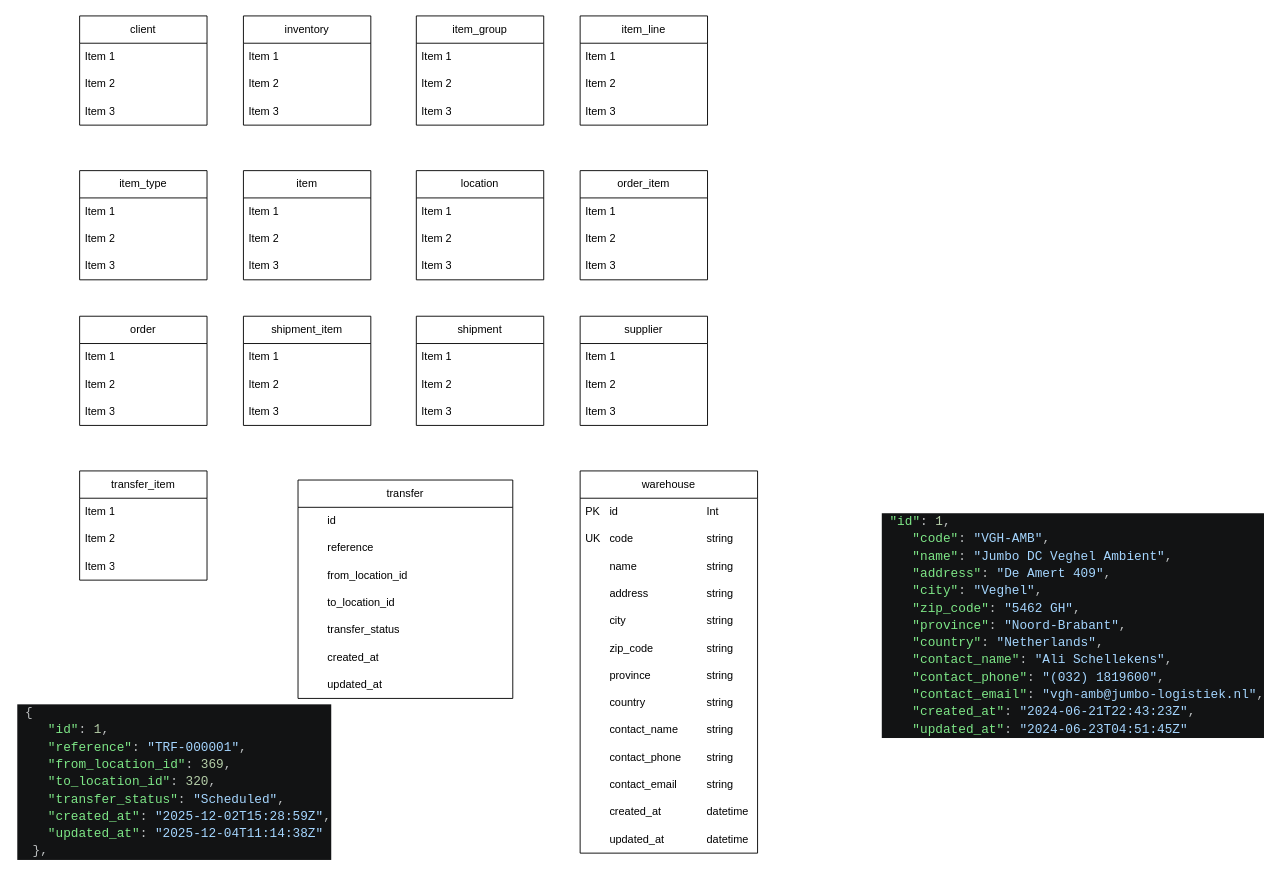
Before: help.drawio in lennardje21/INF2C-Team-5, a draw.io diagram. Source tidied: cells renumbered, new cells numbered last; positions are measured from the earlier drawing's top-left corner, leaving out a move shared by most shapes. Both pictures are drawn from the tidied source at 91%, with x=0, y=0 at pixel (15, 15).
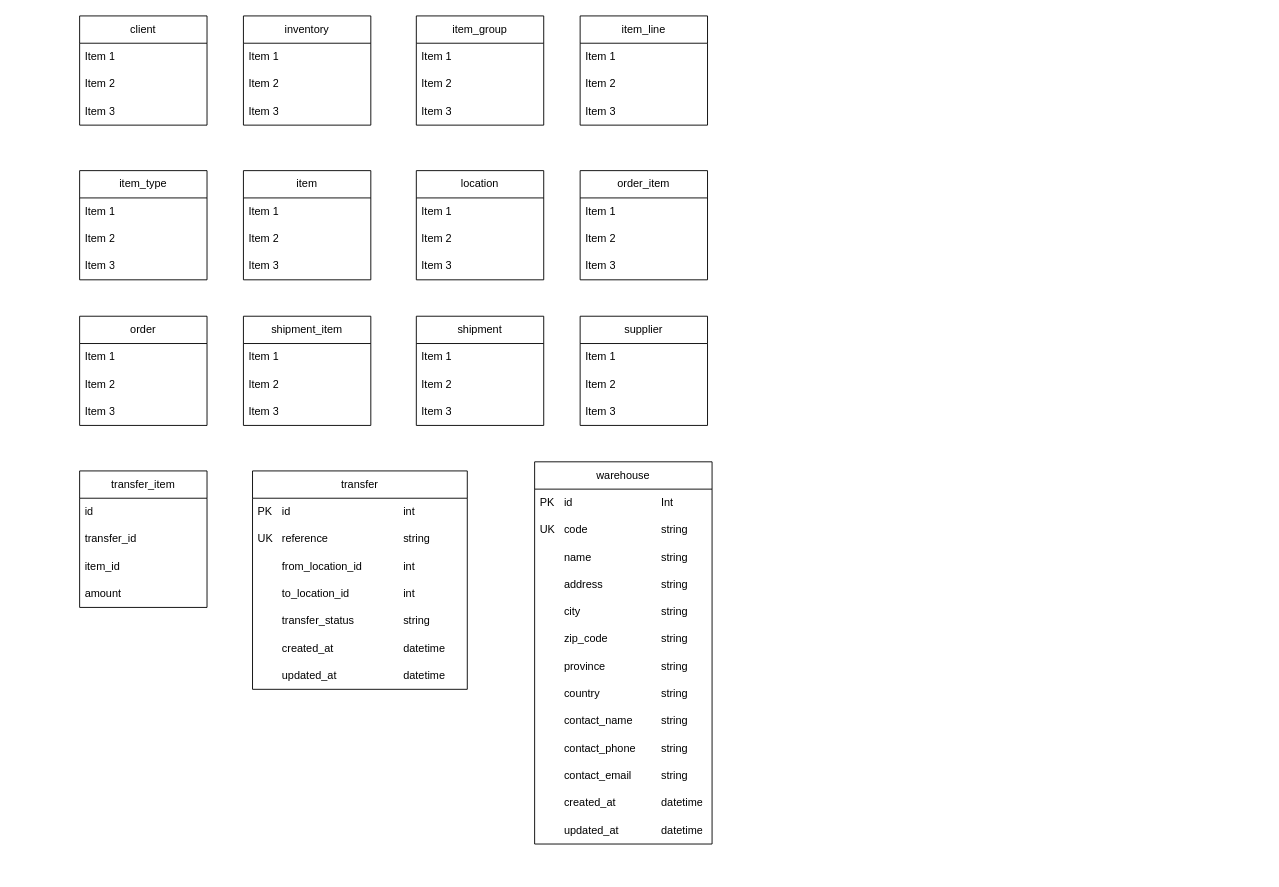
After the change.

Commit message:
Update help ER diagram fields

Refines the help.drawio database diagram by renaming and adding transfer_item fields, updating transfer field labels/types, and removing the stale embedded example block.

The edit, as a diff of the source:
```diff
@@
     <mxCell id="50" value="transfer_item" style="swimlane;fontStyle=0;horizontal=1;startSize=30;whiteSpace=wrap;html=1;" parent="1" vertex="1">
-      <mxGeometry x="70" y="500" width="140" height="120" as="geometry" />
+      <mxGeometry x="70" y="500" width="140" height="150" as="geometry" />
     </mxCell>
-    <mxCell id="51" value="Item 1" style="text;strokeColor=none;fillColor=none;align=left;verticalAlign=middle;spacingLeft=4;spacingRight=4;overflow=hidden;whiteSpace=wrap;html=1;" parent="50" vertex="1">
+    <mxCell id="51" value="id" style="text;strokeColor=none;fillColor=none;align=left;verticalAlign=middle;spacingLeft=4;spacingRight=4;overflow=hidden;whiteSpace=wrap;html=1;" parent="50" vertex="1">
       <mxGeometry y="30" width="140" height="30" as="geometry" />
     </mxCell>
-    <mxCell id="52" value="Item 2" style="text;strokeColor=none;fillColor=none;align=left;verticalAlign=middle;spacingLeft=4;spacingRight=4;overflow=hidden;whiteSpace=wrap;html=1;" parent="50" vertex="1">
+    <mxCell id="52" value="transfer_id" style="text;strokeColor=none;fillColor=none;align=left;verticalAlign=middle;spacingLeft=4;spacingRight=4;overflow=hidden;whiteSpace=wrap;html=1;" parent="50" vertex="1">
       <mxGeometry y="60" width="140" height="30" as="geometry" />
     </mxCell>
-    <mxCell id="53" value="Item 3" style="text;strokeColor=none;fillColor=none;align=left;verticalAlign=middle;spacingLeft=4;spacingRight=4;overflow=hidden;whiteSpace=wrap;html=1;" parent="50" vertex="1">
+    <mxCell id="53" value="item_id" style="text;strokeColor=none;fillColor=none;align=left;verticalAlign=middle;spacingLeft=4;spacingRight=4;overflow=hidden;whiteSpace=wrap;html=1;" parent="50" vertex="1">
       <mxGeometry y="90" width="140" height="30" as="geometry" />
     </mxCell>
+    <mxCell id="78" value="amount" style="text;strokeColor=none;fillColor=none;align=left;verticalAlign=middle;spacingLeft=4;spacingRight=4;overflow=hidden;whiteSpace=wrap;html=1;" parent="50" vertex="1">
+      <mxGeometry y="120" width="140" height="30" as="geometry" />
+    </mxCell>
     <mxCell id="54" value="transfer" style="swimlane;fontStyle=0;horizontal=1;startSize=30;whiteSpace=wrap;html=1;" parent="1" vertex="1">
-      <mxGeometry x="310" y="510" width="236" height="240" as="geometry" />
+      <mxGeometry x="260" y="500" width="236" height="240" as="geometry" />
     </mxCell>
-    <mxCell id="55" value="&lt;span style=&quot;white-space: pre;&quot;&gt;&#9;&lt;/span&gt;id" style="text;strokeColor=none;fillColor=none;align=left;verticalAlign=middle;spacingLeft=4;spacingRight=4;overflow=hidden;whiteSpace=wrap;html=1;" parent="54" vertex="1">
+    <mxCell id="55" value="PK&lt;span style=&quot;white-space: pre;&quot;&gt;&#9;&lt;/span&gt;id&lt;span style=&quot;white-space: pre;&quot;&gt;&#9;&lt;/span&gt;&lt;span style=&quot;white-space: pre;&quot;&gt;&#9;&lt;/span&gt;&lt;span style=&quot;white-space: pre;&quot;&gt;&#9;&lt;/span&gt;&lt;span style=&quot;white-space: pre;&quot;&gt;&#9;&lt;/span&gt;&lt;span style=&quot;white-space: pre;&quot;&gt;&#9;&lt;/span&gt;int" style="text;strokeColor=none;fillColor=none;align=left;verticalAlign=middle;spacingLeft=4;spacingRight=4;overflow=hidden;whiteSpace=wrap;html=1;" parent="54" vertex="1">
       <mxGeometry y="30" width="236" height="30" as="geometry" />
     </mxCell>
-    <mxCell id="56" value="&lt;span style=&quot;white-space: pre;&quot;&gt;&#9;&lt;/span&gt;reference" style="text;strokeColor=none;fillColor=none;align=left;verticalAlign=middle;spacingLeft=4;spacingRight=4;overflow=hidden;whiteSpace=wrap;html=1;" parent="54" vertex="1">
+    <mxCell id="56" value="UK&lt;span style=&quot;white-space: pre;&quot;&gt;&#9;&lt;/span&gt;reference&lt;span style=&quot;white-space: pre;&quot;&gt;&#9;&lt;/span&gt;&lt;span style=&quot;white-space: pre;&quot;&gt;&#9;&lt;/span&gt;&lt;span style=&quot;white-space: pre;&quot;&gt;&#9;&lt;/span&gt;&lt;span style=&quot;white-space: pre;&quot;&gt;&#9;&lt;/span&gt;string" style="text;strokeColor=none;fillColor=none;align=left;verticalAlign=middle;spacingLeft=4;spacingRight=4;overflow=hidden;whiteSpace=wrap;html=1;" parent="54" vertex="1">
       <mxGeometry y="60" width="236" height="30" as="geometry" />
     </mxCell>
-    <mxCell id="57" value="&lt;span style=&quot;white-space: pre;&quot;&gt;&#9;&lt;/span&gt;from_location_id" style="text;strokeColor=none;fillColor=none;align=left;verticalAlign=middle;spacingLeft=4;spacingRight=4;overflow=hidden;whiteSpace=wrap;html=1;" parent="54" vertex="1">
+    <mxCell id="57" value="&lt;span style=&quot;white-space: pre;&quot;&gt;&#9;&lt;/span&gt;from_location_id&lt;span style=&quot;white-space: pre;&quot;&gt;&#9;&lt;/span&gt;&lt;span style=&quot;white-space: pre;&quot;&gt;&#9;&lt;/span&gt;int" style="text;strokeColor=none;fillColor=none;align=left;verticalAlign=middle;spacingLeft=4;spacingRight=4;overflow=hidden;whiteSpace=wrap;html=1;" parent="54" vertex="1">
       <mxGeometry y="90" width="236" height="30" as="geometry" />
     </mxCell>
-    <mxCell id="58" value="&lt;span style=&quot;white-space: pre;&quot;&gt;&#9;&lt;/span&gt;to_location_id" style="text;strokeColor=none;fillColor=none;align=left;verticalAlign=middle;spacingLeft=4;spacingRight=4;overflow=hidden;whiteSpace=wrap;html=1;" parent="54" vertex="1">
+    <mxCell id="58" value="&lt;span style=&quot;white-space: pre;&quot;&gt;&#9;&lt;/span&gt;to_location_id&lt;span style=&quot;white-space: pre;&quot;&gt;&#9;&lt;/span&gt;&lt;span style=&quot;white-space: pre;&quot;&gt;&#9;&lt;/span&gt;&lt;span style=&quot;white-space: pre;&quot;&gt;&#9;&lt;/span&gt;int" style="text;strokeColor=none;fillColor=none;align=left;verticalAlign=middle;spacingLeft=4;spacingRight=4;overflow=hidden;whiteSpace=wrap;html=1;" parent="54" vertex="1">
       <mxGeometry y="120" width="236" height="30" as="geometry" />
     </mxCell>
-    <mxCell id="59" value="&lt;span style=&quot;white-space: pre;&quot;&gt;&#9;&lt;/span&gt;transfer_status" style="text;strokeColor=none;fillColor=none;align=left;verticalAlign=middle;spacingLeft=4;spacingRight=4;overflow=hidden;whiteSpace=wrap;html=1;" parent="54" vertex="1">
+    <mxCell id="59" value="&lt;span style=&quot;white-space: pre;&quot;&gt;&#9;&lt;/span&gt;transfer_status&lt;span style=&quot;white-space: pre;&quot;&gt;&#9;&lt;/span&gt;&lt;span style=&quot;white-space: pre;&quot;&gt;&#9;&lt;/span&gt;string" style="text;strokeColor=none;fillColor=none;align=left;verticalAlign=middle;spacingLeft=4;spacingRight=4;overflow=hidden;whiteSpace=wrap;html=1;" parent="54" vertex="1">
       <mxGeometry y="150" width="236" height="30" as="geometry" />
     </mxCell>
-    <mxCell id="60" value="&lt;span style=&quot;white-space: pre;&quot;&gt;&#9;&lt;/span&gt;created_at" style="text;strokeColor=none;fillColor=none;align=left;verticalAlign=middle;spacingLeft=4;spacingRight=4;overflow=hidden;whiteSpace=wrap;html=1;" parent="54" vertex="1">
+    <mxCell id="60" value="&lt;span style=&quot;white-space: pre;&quot;&gt;&#9;&lt;/span&gt;created_at&lt;span style=&quot;white-space: pre;&quot;&gt;&#9;&lt;/span&gt;&lt;span style=&quot;white-space: pre;&quot;&gt;&#9;&lt;/span&gt;&lt;span style=&quot;white-space: pre;&quot;&gt;&#9;&lt;/span&gt;datetime" style="text;strokeColor=none;fillColor=none;align=left;verticalAlign=middle;spacingLeft=4;spacingRight=4;overflow=hidden;whiteSpace=wrap;html=1;" parent="54" vertex="1">
       <mxGeometry y="180" width="236" height="30" as="geometry" />
     </mxCell>
-    <mxCell id="61" value="&lt;span style=&quot;white-space: pre;&quot;&gt;&#9;&lt;/span&gt;updated_at" style="text;strokeColor=none;fillColor=none;align=left;verticalAlign=middle;spacingLeft=4;spacingRight=4;overflow=hidden;whiteSpace=wrap;html=1;" parent="54" vertex="1">
+    <mxCell id="61" value="&lt;span style=&quot;white-space: pre;&quot;&gt;&#9;&lt;/span&gt;updated_at&lt;span style=&quot;white-space: pre;&quot;&gt;&#9;&lt;/span&gt;&lt;span style=&quot;white-space: pre;&quot;&gt;&#9;&lt;/span&gt;&lt;span style=&quot;white-space: pre;&quot;&gt;&#9;&lt;/span&gt;&lt;span style=&quot;color: rgb(0, 0, 0);&quot;&gt;datetime&lt;/span&gt;" style="text;strokeColor=none;fillColor=none;align=left;verticalAlign=middle;spacingLeft=4;spacingRight=4;overflow=hidden;whiteSpace=wrap;html=1;" parent="54" vertex="1">
       <mxGeometry y="210" width="236" height="30" as="geometry" />
     </mxCell>
     <mxCell id="62" value="warehouse" style="swimlane;fontStyle=0;horizontal=1;startSize=30;whiteSpace=wrap;html=1;" parent="1" vertex="1">
-      <mxGeometry x="620" y="500" width="195" height="420" as="geometry" />
+      <mxGeometry x="570" y="490" width="195" height="420" as="geometry" />
     </mxCell>
@@
-    <mxCell id="76" value="&lt;div style=&quot;color: #bbbebf;background-color: #121314;font-family: Consolas, 'Courier New', monospace;font-weight: normal;font-size: 14px;line-height: 19px;white-space: pre;&quot;&gt;&lt;div&gt;&lt;span style=&quot;color: #bbbebf;&quot;&gt;&amp;nbsp;&lt;/span&gt;&lt;span style=&quot;color: #7ee787;&quot;&gt;&quot;id&quot;&lt;/span&gt;&lt;span style=&quot;color: #bbbebf;&quot;&gt;: &lt;/span&gt;&lt;span style=&quot;color: #b5cea8;&quot;&gt;1&lt;/span&gt;&lt;span style=&quot;color: #bbbebf;&quot;&gt;,&lt;/span&gt;&lt;/div&gt;&lt;div&gt;&lt;span style=&quot;color: #bbbebf;&quot;&gt;&amp;nbsp; &amp;nbsp; &lt;/span&gt;&lt;span style=&quot;color: #7ee787;&quot;&gt;&quot;code&quot;&lt;/span&gt;&lt;span style=&quot;color: #bbbebf;&quot;&gt;: &lt;/span&gt;&lt;span style=&quot;color: #a5d6ff;&quot;&gt;&quot;VGH-AMB&quot;&lt;/span&gt;&lt;span style=&quot;color: #bbbebf;&quot;&gt;,&lt;/span&gt;&lt;/div&gt;&lt;div&gt;&lt;span style=&quot;color: #bbbebf;&quot;&gt;&amp;nbsp; &amp;nbsp; &lt;/span&gt;&lt;span style=&quot;color: #7ee787;&quot;&gt;&quot;name&quot;&lt;/span&gt;&lt;span style=&quot;color: #bbbebf;&quot;&gt;: &lt;/span&gt;&lt;span style=&quot;color: #a5d6ff;&quot;&gt;&quot;Jumbo DC Veghel Ambient&quot;&lt;/span&gt;&lt;span style=&quot;color: #bbbebf;&quot;&gt;,&lt;/span&gt;&lt;/div&gt;&lt;div&gt;&lt;span style=&quot;color: #bbbebf;&quot;&gt;&amp;nbsp; &amp;nbsp; &lt;/span&gt;&lt;span style=&quot;color: #7ee787;&quot;&gt;&quot;address&quot;&lt;/span&gt;&lt;span style=&quot;color: #bbbebf;&quot;&gt;: &lt;/span&gt;&lt;span style=&quot;color: #a5d6ff;&quot;&gt;&quot;De Amert 409&quot;&lt;/span&gt;&lt;span style=&quot;color: #bbbebf;&quot;&gt;,&lt;/span&gt;&lt;/div&gt;&lt;div&gt;&lt;span style=&quot;color: #bbbebf;&quot;&gt;&amp;nbsp; &amp;nbsp; &lt;/span&gt;&lt;span style=&quot;color: #7ee787;&quot;&gt;&quot;city&quot;&lt;/span&gt;&lt;span style=&quot;color: #bbbebf;&quot;&gt;: &lt;/span&gt;&lt;span style=&quot;color: #a5d6ff;&quot;&gt;&quot;Veghel&quot;&lt;/span&gt;&lt;span style=&quot;color: #bbbebf;&quot;&gt;,&lt;/span&gt;&lt;/div&gt;&lt;div&gt;&lt;span style=&quot;color: #bbbebf;&quot;&gt;&amp;nbsp; &amp;nbsp; &lt;/span&gt;&lt;span style=&quot;color: #7ee787;&quot;&gt;&quot;zip_code&quot;&lt;/span&gt;&lt;span style=&quot;color: #bbbebf;&quot;&gt;: &lt;/span&gt;&lt;span style=&quot;color: #a5d6ff;&quot;&gt;&quot;5462 GH&quot;&lt;/span&gt;&lt;span style=&quot;color: #bbbebf;&quot;&gt;,&lt;/span&gt;&lt;/div&gt;&lt;div&gt;&lt;span style=&quot;color: #bbbebf;&quot;&gt;&amp;nbsp; &amp;nbsp; &lt;/span&gt;&lt;span style=&quot;color: #7ee787;&quot;&gt;&quot;province&quot;&lt;/span&gt;&lt;span style=&quot;color: #bbbebf;&quot;&gt;: &lt;/span&gt;&lt;span style=&quot;color: #a5d6ff;&quot;&gt;&quot;Noord-Brabant&quot;&lt;/span&gt;&lt;span style=&quot;color: #bbbebf;&quot;&gt;,&lt;/span&gt;&lt;/div&gt;&lt;div&gt;&lt;span style=&quot;color: #bbbebf;&quot;&gt;&amp;nbsp; &amp;nbsp; &lt;/span&gt;&lt;span style=&quot;color: #7ee787;&quot;&gt;&quot;country&quot;&lt;/span&gt;&lt;span style=&quot;color: #bbbebf;&quot;&gt;: &lt;/span&gt;&lt;span style=&quot;color: #a5d6ff;&quot;&gt;&quot;Netherlands&quot;&lt;/span&gt;&lt;span style=&quot;color: #bbbebf;&quot;&gt;,&lt;/span&gt;&lt;/div&gt;&lt;div&gt;&lt;span style=&quot;color: #bbbebf;&quot;&gt;&amp;nbsp; &amp;nbsp; &lt;/span&gt;&lt;span style=&quot;color: #7ee787;&quot;&gt;&quot;contact_name&quot;&lt;/span&gt;&lt;span style=&quot;color: #bbbebf;&quot;&gt;: &lt;/span&gt;&lt;span style=&quot;color: #a5d6ff;&quot;&gt;&quot;Ali Schellekens&quot;&lt;/span&gt;&lt;span style=&quot;color: #bbbebf;&quot;&gt;,&lt;/span&gt;&lt;/div&gt;&lt;div&gt;&lt;span style=&quot;color: #bbbebf;&quot;&gt;&amp;nbsp; &amp;nbsp; &lt;/span&gt;&lt;span style=&quot;color: #7ee787;&quot;&gt;&quot;contact_phone&quot;&lt;/span&gt;&lt;span style=&quot;color: #bbbebf;&quot;&gt;: &lt;/span&gt;&lt;span style=&quot;color: #a5d6ff;&quot;&gt;&quot;(032) 1819600&quot;&lt;/span&gt;&lt;span style=&quot;color: #bbbebf;&quot;&gt;,&lt;/span&gt;&lt;/div&gt;&lt;div&gt;&lt;span style=&quot;color: #bbbebf;&quot;&gt;&amp;nbsp; &amp;nbsp; &lt;/span&gt;&lt;span style=&quot;color: #7ee787;&quot;&gt;&quot;contact_email&quot;&lt;/span&gt;&lt;span style=&quot;color: #bbbebf;&quot;&gt;: &lt;/span&gt;&lt;span style=&quot;color: #a5d6ff;&quot;&gt;&quot;vgh-amb@jumbo-logistiek.nl&quot;&lt;/span&gt;&lt;span style=&quot;color: #bbbebf;&quot;&gt;,&lt;/span&gt;&lt;/div&gt;&lt;div&gt;&lt;span style=&quot;color: #bbbebf;&quot;&gt;&amp;nbsp; &amp;nbsp; &lt;/span&gt;&lt;span style=&quot;color: #7ee787;&quot;&gt;&quot;created_at&quot;&lt;/span&gt;&lt;span style=&quot;color: #bbbebf;&quot;&gt;: &lt;/span&gt;&lt;span style=&quot;color: #a5d6ff;&quot;&gt;&quot;2024-06-21T22:43:23Z&quot;&lt;/span&gt;&lt;span style=&quot;color: #bbbebf;&quot;&gt;,&lt;/span&gt;&lt;/div&gt;&lt;div&gt;&lt;span style=&quot;color: #bbbebf;&quot;&gt;&amp;nbsp; &amp;nbsp; &lt;/span&gt;&lt;span style=&quot;color: #7ee787;&quot;&gt;&quot;updated_at&quot;&lt;/span&gt;&lt;span style=&quot;color: #bbbebf;&quot;&gt;: &lt;/span&gt;&lt;span style=&quot;color: #a5d6ff;&quot;&gt;&quot;2024-06-23T04:51:45Z&quot;&lt;/span&gt;&lt;/div&gt;&lt;/div&gt;" style="text;whiteSpace=wrap;html=1;" parent="1" vertex="1">
-      <mxGeometry x="950" y="540" width="420" height="270" as="geometry" />
-    </mxCell>
-    <mxCell id="77" value="&lt;div style=&quot;color: #bbbebf;background-color: #121314;font-family: Consolas, 'Courier New', monospace;font-weight: normal;font-size: 14px;line-height: 19px;white-space: pre;&quot;&gt;&lt;div&gt;&lt;span style=&quot;color: #bbbebf;&quot;&gt;&amp;nbsp;{&lt;/span&gt;&lt;/div&gt;&lt;div&gt;&lt;span style=&quot;color: #bbbebf;&quot;&gt;&amp;nbsp; &amp;nbsp; &lt;/span&gt;&lt;span style=&quot;color: #7ee787;&quot;&gt;&quot;id&quot;&lt;/span&gt;&lt;span style=&quot;color: #bbbebf;&quot;&gt;: &lt;/span&gt;&lt;span style=&quot;color: #b5cea8;&quot;&gt;1&lt;/span&gt;&lt;span style=&quot;color: #bbbebf;&quot;&gt;,&lt;/span&gt;&lt;/div&gt;&lt;div&gt;&lt;span style=&quot;color: #bbbebf;&quot;&gt;&amp;nbsp; &amp;nbsp; &lt;/span&gt;&lt;span style=&quot;color: #7ee787;&quot;&gt;&quot;reference&quot;&lt;/span&gt;&lt;span style=&quot;color: #bbbebf;&quot;&gt;: &lt;/span&gt;&lt;span style=&quot;color: #a5d6ff;&quot;&gt;&quot;TRF-000001&quot;&lt;/span&gt;&lt;span style=&quot;color: #bbbebf;&quot;&gt;,&lt;/span&gt;&lt;/div&gt;&lt;div&gt;&lt;span style=&quot;color: #bbbebf;&quot;&gt;&amp;nbsp; &amp;nbsp; &lt;/span&gt;&lt;span style=&quot;color: #7ee787;&quot;&gt;&quot;from_location_id&quot;&lt;/span&gt;&lt;span style=&quot;color: #bbbebf;&quot;&gt;: &lt;/span&gt;&lt;span style=&quot;color: #b5cea8;&quot;&gt;369&lt;/span&gt;&lt;span style=&quot;color: #bbbebf;&quot;&gt;,&lt;/span&gt;&lt;/div&gt;&lt;div&gt;&lt;span style=&quot;color: #bbbebf;&quot;&gt;&amp;nbsp; &amp;nbsp; &lt;/span&gt;&lt;span style=&quot;color: #7ee787;&quot;&gt;&quot;to_location_id&quot;&lt;/span&gt;&lt;span style=&quot;color: #bbbebf;&quot;&gt;: &lt;/span&gt;&lt;span style=&quot;color: #b5cea8;&quot;&gt;320&lt;/span&gt;&lt;span style=&quot;color: #bbbebf;&quot;&gt;,&lt;/span&gt;&lt;/div&gt;&lt;div&gt;&lt;span style=&quot;color: #bbbebf;&quot;&gt;&amp;nbsp; &amp;nbsp; &lt;/span&gt;&lt;span style=&quot;color: #7ee787;&quot;&gt;&quot;transfer_status&quot;&lt;/span&gt;&lt;span style=&quot;color: #bbbebf;&quot;&gt;: &lt;/span&gt;&lt;span style=&quot;color: #a5d6ff;&quot;&gt;&quot;Scheduled&quot;&lt;/span&gt;&lt;span style=&quot;color: #bbbebf;&quot;&gt;,&lt;/span&gt;&lt;/div&gt;&lt;div&gt;&lt;span style=&quot;color: #bbbebf;&quot;&gt;&amp;nbsp; &amp;nbsp; &lt;/span&gt;&lt;span style=&quot;color: #7ee787;&quot;&gt;&quot;created_at&quot;&lt;/span&gt;&lt;span style=&quot;color: #bbbebf;&quot;&gt;: &lt;/span&gt;&lt;span style=&quot;color: #a5d6ff;&quot;&gt;&quot;2025-12-02T15:28:59Z&quot;&lt;/span&gt;&lt;span style=&quot;color: #bbbebf;&quot;&gt;,&lt;/span&gt;&lt;/div&gt;&lt;div&gt;&lt;span style=&quot;color: #bbbebf;&quot;&gt;&amp;nbsp; &amp;nbsp; &lt;/span&gt;&lt;span style=&quot;color: #7ee787;&quot;&gt;&quot;updated_at&quot;&lt;/span&gt;&lt;span style=&quot;color: #bbbebf;&quot;&gt;: &lt;/span&gt;&lt;span style=&quot;color: #a5d6ff;&quot;&gt;&quot;2025-12-04T11:14:38Z&quot;&lt;/span&gt;&lt;/div&gt;&lt;div&gt;&lt;span style=&quot;color: #bbbebf;&quot;&gt;&amp;nbsp; },&lt;/span&gt;&lt;/div&gt;&lt;/div&gt;" style="text;whiteSpace=wrap;html=1;" parent="1" vertex="1">
-      <mxGeometry y="750" width="350" height="190" as="geometry" />
-    </mxCell>
```
